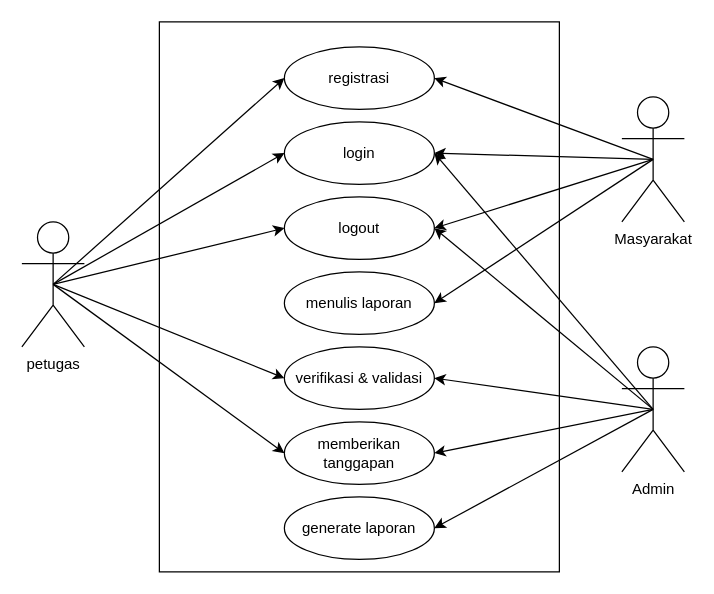
This is usecase(Revision).drawio from Mahklvk/laporanMasyarakatPreparation, a draw.io file, before an edit. Source tidied: cells renumbered, new cells numbered last; positions are measured from the earlier drawing's top-left corner, leaving out a move shared by most shapes. Both pictures are drawn from the tidied source at 125%, with x=0, y=0 at pixel (21, 21).
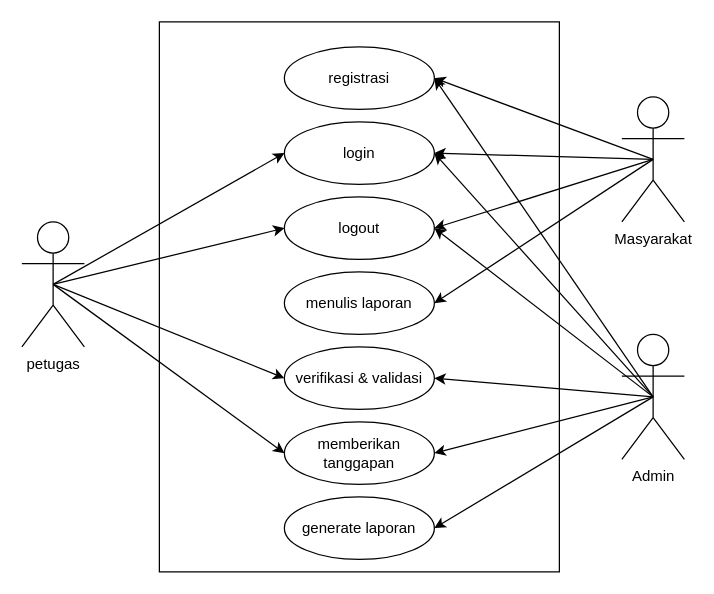
The same diagram, later.

Unchanged cells that the change refers to:
```xml
<mxCell id="14" value="petugas" style="shape=umlActor;verticalLabelPosition=bottom;verticalAlign=top;html=1;outlineConnect=0;fillColor=none;" parent="1" vertex="1">
  <mxGeometry y="160" width="50" height="100" as="geometry" />
</mxCell>
<mxCell id="20" value="registrasi" style="ellipse;whiteSpace=wrap;html=1;fillColor=none;" parent="1" vertex="1">
  <mxGeometry x="210" y="20" width="120" height="50" as="geometry" />
</mxCell>
```

Diff of the diagram source:
```diff
@@
+    <mxCell id="27" style="rounded=0;jettySize=auto;html=1;exitX=0.5;exitY=0.5;exitDx=0;exitDy=0;exitPerimeter=0;entryX=1;entryY=0.5;entryDx=0;entryDy=0;" parent="1" edge="1" source="8" target="20">
+      <mxGeometry relative="1" as="geometry" />
+    </mxCell>
     <mxCell id="8" value="Admin" style="shape=umlActor;verticalLabelPosition=bottom;verticalAlign=top;html=1;outlineConnect=0;fillColor=none;" parent="1" vertex="1">
-      <mxGeometry x="480" y="260" width="50" height="100" as="geometry" />
+      <mxGeometry x="480" y="250" width="50" height="100" as="geometry" />
     </mxCell>
-    <mxCell id="9" style="rounded=0;jettySize=auto;html=1;exitX=0.5;exitY=0.5;exitDx=0;exitDy=0;exitPerimeter=0;entryX=0;entryY=0.5;entryDx=0;entryDy=0;" parent="1" edge="1" source="14" target="20">
-      <mxGeometry relative="1" as="geometry" />
-    </mxCell>
```
